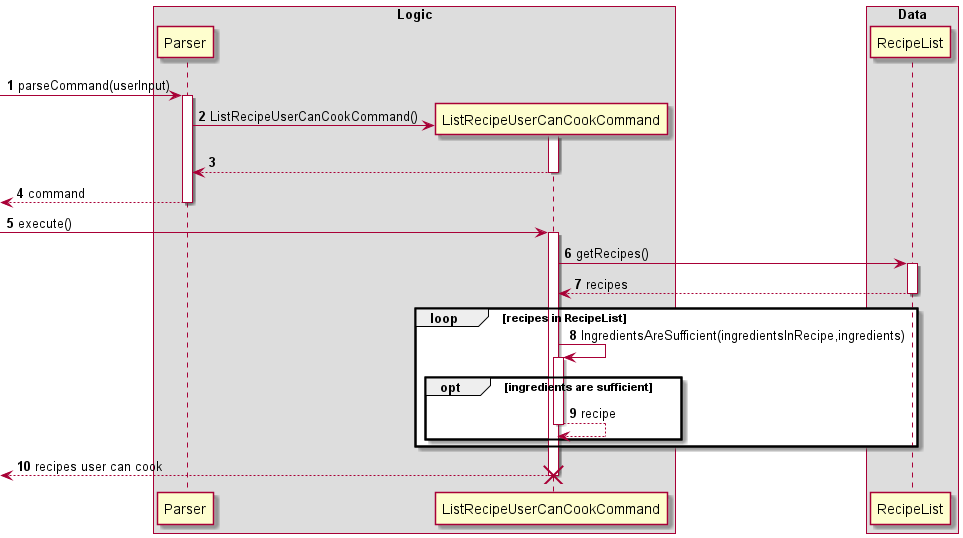
Before: docs/diagrams/ListRecipesUserCanCook.png, a diagram exported from PlantUML (nus-cs2113-AY2122S1/tp).
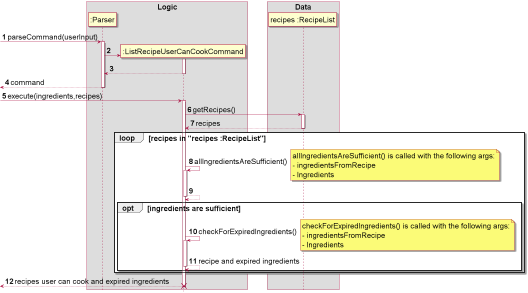
After the change.

The edit, as a diff of the source:
```diff
@@ -1,37 +1,58 @@
 @startuml
+!include style.puml
+
+skinparam defaultFontSize 25
 
 autonumber
 box Logic
--> Parser: parseCommand(userInput)
-activate Parser
+-> ":Parser" : parseCommand(userInput)
+activate ":Parser"
 
-create ListRecipeUserCanCookCommand
-Parser -> ListRecipeUserCanCookCommand : ListRecipeUserCanCookCommand()
-activate ListRecipeUserCanCookCommand
+create ":ListRecipeUserCanCookCommand"
+":Parser" -> ":ListRecipeUserCanCookCommand"
+activate ":ListRecipeUserCanCookCommand"
 
 return
 return command
 
--> ListRecipeUserCanCookCommand : execute()
-activate ListRecipeUserCanCookCommand
+-> ":ListRecipeUserCanCookCommand" : execute(ingredients,recipes)
+activate ":ListRecipeUserCanCookCommand"
 end box
 
 box Data
-ListRecipeUserCanCookCommand -> RecipeList : getRecipes()
-activate RecipeList
+":ListRecipeUserCanCookCommand" -> "recipes :RecipeList" : getRecipes()
+activate "recipes :RecipeList"
 return recipes
 end box
 
-loop recipes in RecipeList
-ListRecipeUserCanCookCommand -> ListRecipeUserCanCookCommand : IngredientsAreSufficient(ingredientsInRecipe,ingredients)
-activate ListRecipeUserCanCookCommand
+loop recipes in "recipes :RecipeList"
+":ListRecipeUserCanCookCommand" -> ":ListRecipeUserCanCookCommand" : allIngredientsAreSufficient()
+
+note right
+allIngredientsAreSufficient() is called with the following args:
+- ingredientsFromRecipe
+- Ingredients
+end note
+
+activate ":ListRecipeUserCanCookCommand"
+return
 opt ingredients are sufficient
-return recipe
+":ListRecipeUserCanCookCommand" -> ":ListRecipeUserCanCookCommand" : checkForExpiredIngredients()
+
+note right
+checkForExpiredIngredients() is called with the following args:
+- ingredientsFromRecipe
+- Ingredients
+end note
+
+activate ":ListRecipeUserCanCookCommand"
+return recipe and expired ingredients
+
 end
 end
 
-return recipes user can cook
-destroy ListRecipeUserCanCookCommand
+return recipes user can cook and expired ingredients
+destroy ":ListRecipeUserCanCookCommand"
 
 
 @enduml
```
